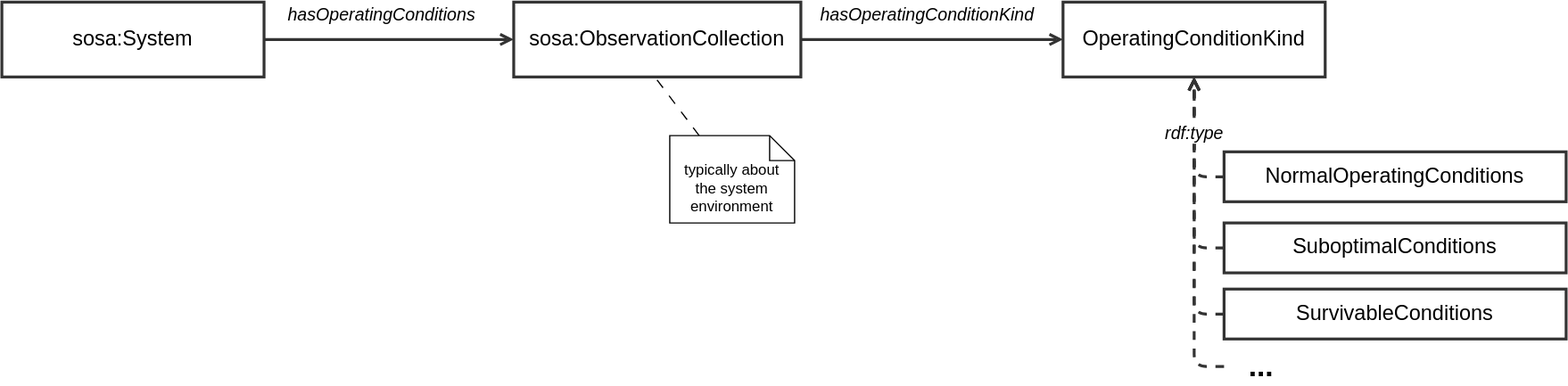
Above: ssn/images/SSNSystem-operating-conditions.svg in afeliachi/sdw-sosa-ssn (draw.io), before the change. Source tidied: cells renumbered, new cells last; positions are measured from the earlier drawing's top-left corner, leaving out a move shared by most shapes. Source of this version:
```xml
<mxGraphModel>
  <root>
    <mxCell id="0" />
    <mxCell id="1" parent="0" />
    <mxCell id="2" value="hasOperatingConditionKind" style="edgeStyle=orthogonalEdgeStyle;shape=connector;rounded=1;jettySize=auto;html=1;exitX=1;exitY=0.5;exitDx=0;exitDy=0;labelBackgroundColor=default;strokeColor=#333333;strokeWidth=2.3;align=center;verticalAlign=middle;fontFamily=Helvetica;fontSize=14;fontColor=default;startArrow=none;endArrow=open;fontStyle=2;" parent="1" edge="1" source="3" target="4">
      <mxGeometry x="-0.04" y="20" relative="1" as="geometry" />
    </mxCell>
    <mxCell id="3" value="sosa:ObservationCollection" style="html=1;overflow=block;blockSpacing=1;whiteSpace=wrap;fontSize=16.8;align=center;spacing=0;strokeColor=#333333;fillColor=none;strokeWidth=2.3;" parent="1" vertex="1">
      <mxGeometry x="410" width="230" height="60" as="geometry" />
    </mxCell>
    <mxCell id="4" value="OperatingConditionKind" style="html=1;overflow=block;blockSpacing=1;whiteSpace=wrap;fontSize=16.8;align=center;spacing=0;strokeColor=#333333;strokeOpacity=100;fillColor=none;strokeWidth=2.3;" parent="1" vertex="1">
      <mxGeometry x="850" width="210" height="60" as="geometry" />
    </mxCell>
    <mxCell id="5" value="NormalOperatingConditions" style="html=1;overflow=block;blockSpacing=1;whiteSpace=wrap;fontSize=16.8;align=center;spacing=0;strokeColor=#333333;strokeOpacity=100;fillColor=none;strokeWidth=2.3;" parent="1" vertex="1">
      <mxGeometry x="979" y="120" width="274" height="40" as="geometry" />
    </mxCell>
    <mxCell id="6" value="..." style="text;html=1;strokeColor=none;fillColor=none;align=center;verticalAlign=middle;whiteSpace=wrap;rounded=0;fontSize=24;fontFamily=Helvetica;fontColor=default;fontStyle=1;" parent="1" vertex="1">
      <mxGeometry x="979" y="277" width="60" height="30" as="geometry" />
    </mxCell>
    <mxCell id="7" style="edgeStyle=orthogonalEdgeStyle;shape=connector;rounded=1;jettySize=auto;html=1;labelBackgroundColor=default;strokeColor=#333333;strokeWidth=2.3;align=center;verticalAlign=middle;fontFamily=Helvetica;fontSize=14;fontColor=default;startArrow=none;endArrow=open;fontStyle=2;entryX=0.5;entryY=1;entryDx=0;entryDy=0;dashed=1;exitX=0;exitY=0.5;exitDx=0;exitDy=0;" parent="1" edge="1" source="5" target="4">
      <mxGeometry x="-0.04" y="20" relative="1" as="geometry" />
    </mxCell>
    <mxCell id="8" style="edgeStyle=orthogonalEdgeStyle;shape=connector;rounded=1;jettySize=auto;html=1;exitX=0;exitY=0.5;exitDx=0;exitDy=0;dashed=1;labelBackgroundColor=default;strokeColor=#333333;strokeWidth=2.3;align=center;verticalAlign=middle;fontFamily=Helvetica;fontSize=14;fontColor=default;startArrow=none;endArrow=open;" parent="1" edge="1" source="9" target="4">
      <mxGeometry relative="1" as="geometry" />
    </mxCell>
    <mxCell id="9" value="SurvivableConditions" style="html=1;overflow=block;blockSpacing=1;whiteSpace=wrap;fontSize=16.8;align=center;spacing=0;strokeColor=#333333;strokeOpacity=100;fillColor=none;strokeWidth=2.3;" parent="1" vertex="1">
      <mxGeometry x="979" y="230" width="274" height="40" as="geometry" />
    </mxCell>
    <mxCell id="10" style="edgeStyle=orthogonalEdgeStyle;shape=connector;rounded=1;jettySize=auto;html=1;exitX=0;exitY=0.5;exitDx=0;exitDy=0;dashed=1;labelBackgroundColor=default;strokeColor=#333333;strokeWidth=2.3;align=center;verticalAlign=middle;fontFamily=Helvetica;fontSize=14;fontColor=default;startArrow=none;endArrow=open;" parent="1" edge="1" source="11" target="4">
      <mxGeometry relative="1" as="geometry" />
    </mxCell>
    <mxCell id="11" value="SuboptimalConditions" style="html=1;overflow=block;blockSpacing=1;whiteSpace=wrap;fontSize=16.8;align=center;spacing=0;strokeColor=#333333;strokeOpacity=100;fillColor=none;strokeWidth=2.3;" parent="1" vertex="1">
      <mxGeometry x="979" y="177" width="274" height="40" as="geometry" />
    </mxCell>
    <mxCell id="12" value="rdf:type" style="edgeStyle=orthogonalEdgeStyle;shape=connector;rounded=1;jettySize=auto;html=1;labelBackgroundColor=default;strokeColor=#333333;strokeWidth=2.3;align=center;verticalAlign=middle;fontFamily=Helvetica;fontSize=14;fontColor=default;startArrow=none;endArrow=open;fontStyle=2;dashed=1;entryX=0.5;entryY=1;entryDx=0;entryDy=0;exitX=0;exitY=0.5;exitDx=0;exitDy=0;" parent="1" edge="1" source="6" target="4">
      <mxGeometry x="0.65" relative="1" as="geometry" />
    </mxCell>
    <mxCell id="13" style="rounded=0;jettySize=auto;html=1;entryX=0.5;entryY=1;entryDx=0;entryDy=0;dashed=1;dashPattern=8 8;endArrow=none;endFill=0;" parent="1" edge="1" source="14">
      <mxGeometry relative="1" as="geometry">
        <mxPoint x="520" y="56" as="targetPoint" />
      </mxGeometry>
    </mxCell>
    <mxCell id="14" value="&lt;br&gt;typically about&lt;br&gt;the system environment" style="shape=note;size=20;whiteSpace=wrap;html=1;" parent="1" vertex="1">
      <mxGeometry x="535" y="107" width="100" height="70" as="geometry" />
    </mxCell>
    <mxCell id="15" value="&lt;i&gt;hasOperatingConditions&lt;/i&gt;" style="edgeStyle=orthogonalEdgeStyle;shape=connector;rounded=1;jettySize=auto;html=1;exitX=1;exitY=0.5;exitDx=0;exitDy=0;entryX=0;entryY=0.5;entryDx=0;entryDy=0;labelBackgroundColor=default;strokeColor=#333333;strokeWidth=2.3;align=center;verticalAlign=middle;fontFamily=Helvetica;fontSize=14;fontColor=default;startArrow=none;endArrow=open;" parent="1" edge="1" source="16" target="3">
      <mxGeometry x="-0.05" y="20" relative="1" as="geometry" />
    </mxCell>
    <mxCell id="16" value="sosa:System" style="html=1;overflow=block;blockSpacing=1;whiteSpace=wrap;fontSize=16.8;align=center;spacing=0;strokeColor=#333333;strokeOpacity=100;fillColor=none;strokeWidth=2.3;" parent="1" vertex="1">
      <mxGeometry width="210" height="60" as="geometry" />
    </mxCell>
  </root>
</mxGraphModel>
```
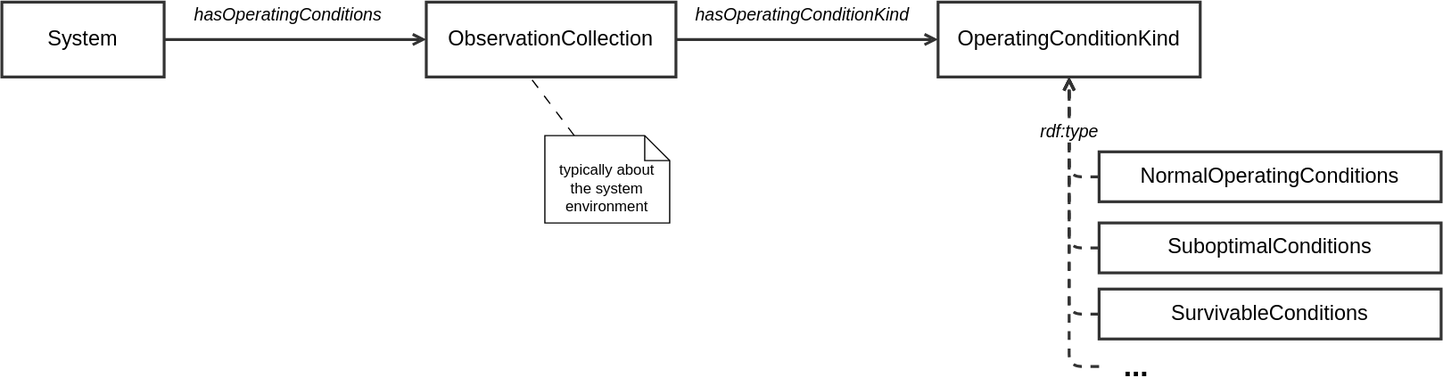
After the change.

Commit message:
udpate System Capabilities module according to telco 2025-06-25

The edit, as a diff of the source:
```diff
@@ -5,8 +5,8 @@
     <mxCell id="2" value="hasOperatingConditionKind" style="edgeStyle=orthogonalEdgeStyle;shape=connector;rounded=1;jettySize=auto;html=1;exitX=1;exitY=0.5;exitDx=0;exitDy=0;labelBackgroundColor=default;strokeColor=#333333;strokeWidth=2.3;align=center;verticalAlign=middle;fontFamily=Helvetica;fontSize=14;fontColor=default;startArrow=none;endArrow=open;fontStyle=2;" parent="1" edge="1" source="3" target="4">
       <mxGeometry x="-0.04" y="20" relative="1" as="geometry" />
     </mxCell>
-    <mxCell id="3" value="sosa:ObservationCollection" style="html=1;overflow=block;blockSpacing=1;whiteSpace=wrap;fontSize=16.8;align=center;spacing=0;strokeColor=#333333;fillColor=none;strokeWidth=2.3;" parent="1" vertex="1">
-      <mxGeometry x="410" width="230" height="60" as="geometry" />
+    <mxCell id="3" value="ObservationCollection" style="html=1;overflow=block;blockSpacing=1;whiteSpace=wrap;fontSize=16.8;align=center;spacing=0;strokeColor=#333333;fillColor=none;strokeWidth=2.3;" parent="1" vertex="1">
+      <mxGeometry x="440" width="200" height="60" as="geometry" />
     </mxCell>
     <mxCell id="4" value="OperatingConditionKind" style="html=1;overflow=block;blockSpacing=1;whiteSpace=wrap;fontSize=16.8;align=center;spacing=0;strokeColor=#333333;strokeOpacity=100;fillColor=none;strokeWidth=2.3;" parent="1" vertex="1">
       <mxGeometry x="850" width="210" height="60" as="geometry" />
@@ -46,8 +46,8 @@
     <mxCell id="15" value="&lt;i&gt;hasOperatingConditions&lt;/i&gt;" style="edgeStyle=orthogonalEdgeStyle;shape=connector;rounded=1;jettySize=auto;html=1;exitX=1;exitY=0.5;exitDx=0;exitDy=0;entryX=0;entryY=0.5;entryDx=0;entryDy=0;labelBackgroundColor=default;strokeColor=#333333;strokeWidth=2.3;align=center;verticalAlign=middle;fontFamily=Helvetica;fontSize=14;fontColor=default;startArrow=none;endArrow=open;" parent="1" edge="1" source="16" target="3">
       <mxGeometry x="-0.05" y="20" relative="1" as="geometry" />
     </mxCell>
-    <mxCell id="16" value="sosa:System" style="html=1;overflow=block;blockSpacing=1;whiteSpace=wrap;fontSize=16.8;align=center;spacing=0;strokeColor=#333333;strokeOpacity=100;fillColor=none;strokeWidth=2.3;" parent="1" vertex="1">
-      <mxGeometry width="210" height="60" as="geometry" />
+    <mxCell id="16" value="System" style="html=1;overflow=block;blockSpacing=1;whiteSpace=wrap;fontSize=16.8;align=center;spacing=0;strokeColor=#333333;strokeOpacity=100;fillColor=none;strokeWidth=2.3;" parent="1" vertex="1">
+      <mxGeometry x="100" width="130" height="60" as="geometry" />
     </mxCell>
   </root>
 </mxGraphModel>
```
